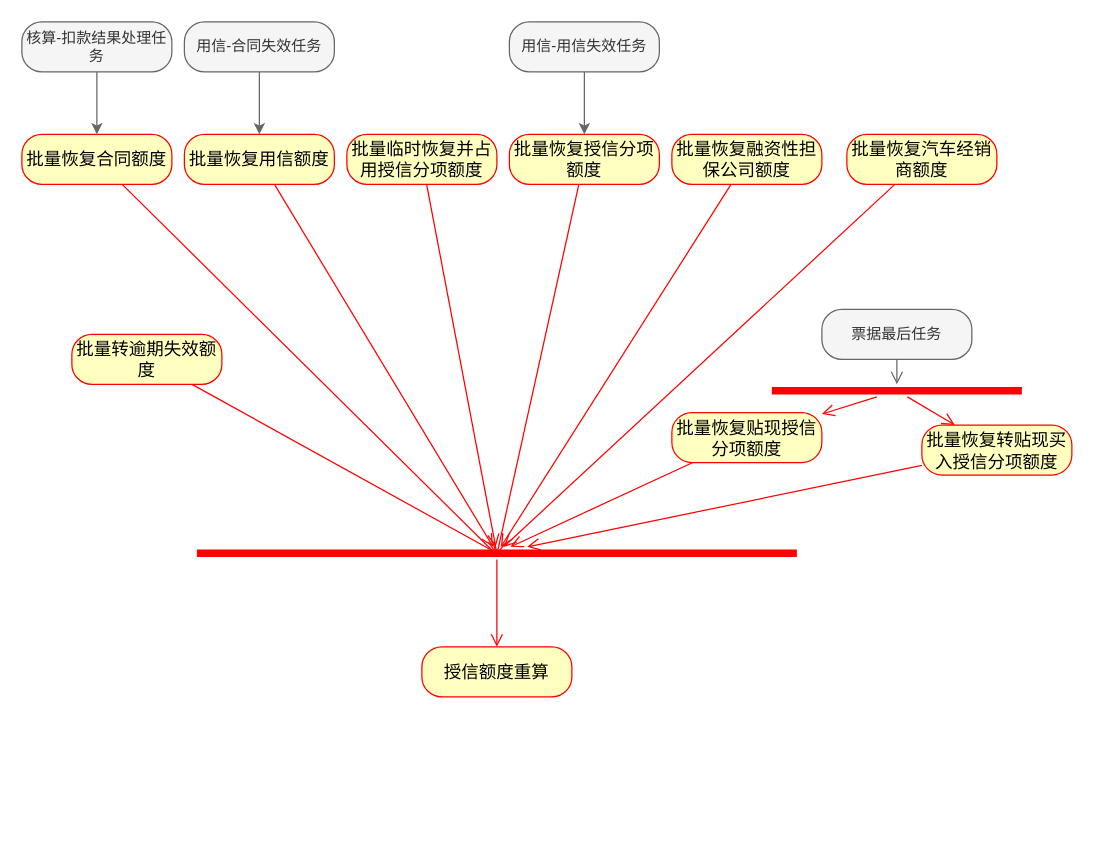
MinDaHu/UML keeps this draw.io diagram as page "任务编排" (5 of 5) of Untitled Diagram.drawio. Above is the earlier version. Source tidied: cells renumbered, new cells numbered last; positions are measured from the earlier drawing's top-left corner, leaving out a move shared by most shapes. Both pictures are drawn from the tidied source at 125%, with x=0, y=0 at pixel (21, 21).
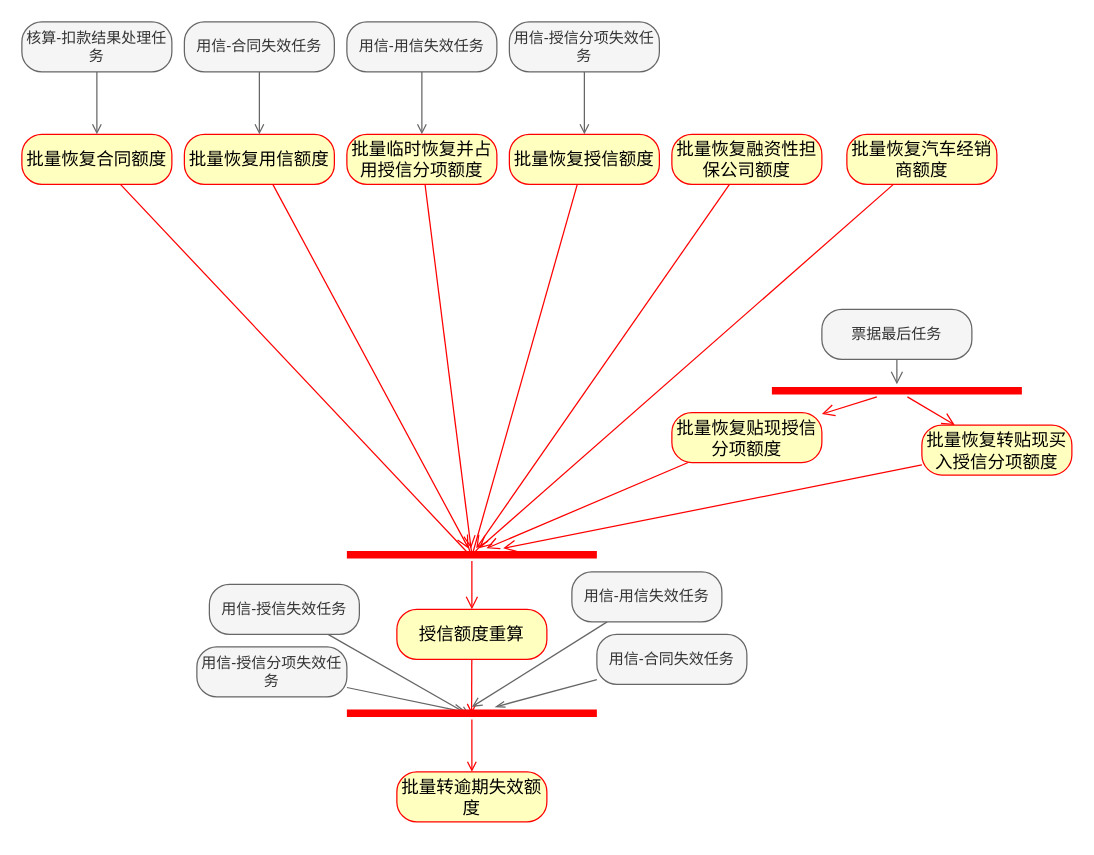
The same diagram, later.

The change refers to these unchanged cells:
```xml
<mxCell id="2" value="&lt;p class=&quot;MsoNormal&quot;&gt;&lt;span style=&quot;font-size: 10.5000pt&quot;&gt;批量恢复合同额度&lt;/span&gt;&lt;/p&gt;" style="rounded=1;whiteSpace=wrap;html=1;arcSize=40;fontColor=#000000;fillColor=#ffffc0;strokeColor=#ff0000;" parent="1" vertex="1">
  <mxGeometry y="90" width="120" height="40" as="geometry" />
</mxCell>
<mxCell id="5" value="&lt;p class=&quot;MsoNormal&quot;&gt;&lt;span style=&quot;font-size: 14px&quot;&gt;批量恢复用信额度&lt;/span&gt;&lt;br&gt;&lt;/p&gt;" style="rounded=1;whiteSpace=wrap;html=1;arcSize=40;fontColor=#000000;fillColor=#ffffc0;strokeColor=#ff0000;" parent="1" vertex="1">
  <mxGeometry x="130" y="90" width="120" height="40" as="geometry" />
</mxCell>
<mxCell id="7" value="&lt;p class=&quot;MsoNormal&quot;&gt;&lt;span style=&quot;font-size: 14px&quot;&gt;批量临时恢复并占用授信分项额度&lt;/span&gt;&lt;br&gt;&lt;/p&gt;" style="rounded=1;whiteSpace=wrap;html=1;arcSize=40;fontColor=#000000;fillColor=#ffffc0;strokeColor=#ff0000;" parent="1" vertex="1">
  <mxGeometry x="260" y="90" width="120" height="40" as="geometry" />
</mxCell>
<mxCell id="29" value="核算-扣款结果处理任务" style="rounded=1;whiteSpace=wrap;html=1;arcSize=40;fontColor=#333333;fillColor=#f5f5f5;strokeColor=#666666;" parent="1" vertex="1">
  <mxGeometry width="120" height="40" as="geometry" />
</mxCell>
```

Diff of the diagram source:
```diff
@@
-    <mxCell id="9" value="&lt;p class=&quot;MsoNormal&quot;&gt;&lt;span style=&quot;font-size: 14px&quot;&gt;批量恢复授信分项额度&lt;/span&gt;&lt;br&gt;&lt;/p&gt;" style="rounded=1;whiteSpace=wrap;html=1;arcSize=40;fontColor=#000000;fillColor=#ffffc0;strokeColor=#ff0000;" parent="1" vertex="1">
+    <mxCell id="9" value="&lt;p class=&quot;MsoNormal&quot;&gt;&lt;span style=&quot;font-size: 14px&quot;&gt;批量恢复授信额度&lt;/span&gt;&lt;br&gt;&lt;/p&gt;" style="rounded=1;whiteSpace=wrap;html=1;arcSize=40;fontColor=#000000;fillColor=#ffffc0;strokeColor=#ff0000;" parent="1" vertex="1">
       <mxGeometry x="390" y="90" width="120" height="40" as="geometry" />
     </mxCell>
@@
-    <mxCell id="16" style="edgeStyle=none;jettySize=auto;html=1;entryX=0.5;entryY=0.501;entryDx=0;entryDy=0;entryPerimeter=0;endArrow=open;endSize=8;strokeColor=#ff0000;" parent="1" edge="1" source="17" target="21">
-      <mxGeometry relative="1" as="geometry" />
-    </mxCell>
     <mxCell id="17" value="&lt;p class=&quot;MsoNormal&quot;&gt;&lt;span style=&quot;font-size: 14px&quot;&gt;批量转逾期失效额度&lt;/span&gt;&lt;br&gt;&lt;/p&gt;" style="rounded=1;whiteSpace=wrap;html=1;arcSize=40;fontColor=#000000;fillColor=#ffffc0;strokeColor=#ff0000;" parent="1" vertex="1">
-      <mxGeometry x="40" y="250" width="120" height="40" as="geometry" />
+      <mxGeometry x="300" y="600" width="120" height="40" as="geometry" />
     </mxCell>
@@
+    <mxCell id="34" style="edgeStyle=none;jettySize=auto;html=1;endArrow=open;endFill=0;strokeColor=#ff0000;entryX=0.499;entryY=0.564;entryDx=0;entryDy=0;entryPerimeter=0;" parent="1" edge="1" source="20" target="40">
+      <mxGeometry relative="1" as="geometry" />
+    </mxCell>
     <mxCell id="20" value="&lt;p class=&quot;MsoNormal&quot;&gt;&lt;span style=&quot;font-size: 14px&quot;&gt;授信额度重算&lt;/span&gt;&lt;br&gt;&lt;/p&gt;" style="rounded=1;whiteSpace=wrap;html=1;arcSize=40;fontColor=#000000;fillColor=#ffffc0;strokeColor=#ff0000;" parent="1" vertex="1">
-      <mxGeometry x="320" y="500" width="120" height="40" as="geometry" />
+      <mxGeometry x="300" y="470" width="120" height="40" as="geometry" />
     </mxCell>
     <mxCell id="21" style="shape=line;html=1;strokeWidth=6;strokeColor=#ff0000;rounded=1;fillColor=#ffffc0;" parent="1" vertex="1">
-      <mxGeometry x="140" y="420" width="480" height="10" as="geometry" />
+      <mxGeometry x="260" y="421.2" width="200" height="10" as="geometry" />
     </mxCell>
-    <mxCell id="22" style="edgeStyle=orthogonalEdgeStyle;html=1;verticalAlign=bottom;endArrow=open;endSize=8;strokeColor=#ff0000;entryX=0.5;entryY=0;entryDx=0;entryDy=0;" parent="1" edge="1" source="21" target="20">
+    <mxCell id="22" style="html=1;verticalAlign=bottom;endArrow=open;endSize=8;strokeColor=#ff0000;entryX=0.5;entryY=0;entryDx=0;entryDy=0;" parent="1" edge="1" source="21" target="20">
       <mxGeometry relative="1" as="geometry" />
     </mxCell>
@@
-    <mxCell id="28" style="edgeStyle=orthogonalEdgeStyle;rounded=0;jettySize=auto;html=1;entryX=0.5;entryY=0;entryDx=0;entryDy=0;fillColor=#f5f5f5;strokeColor=#666666;" parent="1" edge="1" source="29" target="2">
+    <mxCell id="28" style="edgeStyle=orthogonalEdgeStyle;rounded=0;jettySize=auto;html=1;entryX=0.5;entryY=0;entryDx=0;entryDy=0;fillColor=#f5f5f5;strokeColor=#666666;endArrow=open;endFill=0;" parent="1" edge="1" source="29" target="2">
       <mxGeometry relative="1" as="geometry" />
     </mxCell>
@@
-    <mxCell id="30" style="edgeStyle=orthogonalEdgeStyle;rounded=0;jettySize=auto;html=1;entryX=0.5;entryY=0;entryDx=0;entryDy=0;fillColor=#f5f5f5;strokeColor=#666666;" parent="1" edge="1" source="31" target="5">
+    <mxCell id="30" style="rounded=0;jettySize=auto;html=1;fillColor=#f5f5f5;strokeColor=#666666;endArrow=openThin;endFill=0;" parent="1" edge="1" source="31" target="40">
       <mxGeometry relative="1" as="geometry" />
     </mxCell>
     <mxCell id="31" value="用信-合同失效任务" style="rounded=1;whiteSpace=wrap;html=1;arcSize=40;fontColor=#333333;fillColor=#f5f5f5;strokeColor=#666666;" parent="1" vertex="1">
-      <mxGeometry x="130" width="120" height="40" as="geometry" />
+      <mxGeometry x="460" y="490" width="120" height="40" as="geometry" />
     </mxCell>
-    <mxCell id="32" style="edgeStyle=orthogonalEdgeStyle;rounded=0;jettySize=auto;html=1;entryX=0.5;entryY=0;entryDx=0;entryDy=0;fillColor=#f5f5f5;strokeColor=#666666;" parent="1" edge="1" source="33" target="9">
-      <mxGeometry relative="1" as="geometry" />
+    <mxCell id="32" style="rounded=0;jettySize=auto;html=1;fillColor=#f5f5f5;strokeColor=#666666;endArrow=open;endFill=0;" parent="1" edge="1" source="33">
+      <mxGeometry relative="1" as="geometry">
+        <mxPoint x="360" y="548" as="targetPoint" />
+      </mxGeometry>
     </mxCell>
     <mxCell id="33" value="用信-用信失效任务" style="rounded=1;whiteSpace=wrap;html=1;arcSize=40;fontColor=#333333;fillColor=#f5f5f5;strokeColor=#666666;" parent="1" vertex="1">
-      <mxGeometry x="390" width="120" height="40" as="geometry" />
+      <mxGeometry x="440" y="440" width="120" height="40" as="geometry" />
     </mxCell>
+    <mxCell id="35" style="edgeStyle=none;jettySize=auto;html=1;entryX=0.48;entryY=0.439;entryDx=0;entryDy=0;entryPerimeter=0;endArrow=open;endSize=8;strokeColor=#666666;gradientColor=#b3b3b3;fillColor=#f5f5f5;" parent="1" edge="1" source="36" target="40">
+      <mxGeometry relative="1" as="geometry" />
+    </mxCell>
+    <mxCell id="36" value="用信-授信分项失效任务" style="rounded=1;whiteSpace=wrap;html=1;arcSize=40;fontColor=#333333;fillColor=#f5f5f5;strokeColor=#666666;" parent="1" vertex="1">
+      <mxGeometry x="140" y="500" width="120" height="40" as="geometry" />
+    </mxCell>
+    <mxCell id="37" style="edgeStyle=none;jettySize=auto;html=1;entryX=0.493;entryY=0.689;entryDx=0;entryDy=0;endArrow=open;strokeColor=#666666;gradientColor=#b3b3b3;fillColor=#f5f5f5;entryPerimeter=0;" parent="1" edge="1" source="38" target="40">
+      <mxGeometry relative="1" as="geometry" />
+    </mxCell>
+    <mxCell id="38" value="用信-授信失效任务" style="rounded=1;whiteSpace=wrap;html=1;arcSize=40;fontColor=#333333;fillColor=#f5f5f5;strokeColor=#666666;" parent="1" vertex="1">
+      <mxGeometry x="150" y="450" width="120" height="40" as="geometry" />
+    </mxCell>
+    <mxCell id="39" style="edgeStyle=none;jettySize=auto;html=1;entryX=0.5;entryY=0;entryDx=0;entryDy=0;endArrow=open;endFill=0;strokeColor=#ff0000;" parent="1" edge="1" source="40" target="17">
+      <mxGeometry relative="1" as="geometry" />
+    </mxCell>
+    <mxCell id="40" style="shape=line;html=1;strokeWidth=6;strokeColor=#ff0000;rounded=1;fillColor=#ffffc0;" parent="1" vertex="1">
+      <mxGeometry x="260" y="548.1" width="200" height="10" as="geometry" />
+    </mxCell>
+    <mxCell id="41" style="edgeStyle=none;jettySize=auto;html=1;entryX=0.5;entryY=0;entryDx=0;entryDy=0;endArrow=open;endFill=0;strokeColor=#666666;gradientColor=#b3b3b3;fillColor=#f5f5f5;" parent="1" edge="1" source="42" target="5">
+      <mxGeometry relative="1" as="geometry" />
+    </mxCell>
+    <mxCell id="42" value="用信-合同失效任务" style="rounded=1;whiteSpace=wrap;html=1;arcSize=40;fontColor=#333333;fillColor=#f5f5f5;strokeColor=#666666;" parent="1" vertex="1">
+      <mxGeometry x="130" width="120" height="40" as="geometry" />
+    </mxCell>
+    <mxCell id="43" style="edgeStyle=none;jettySize=auto;html=1;entryX=0.5;entryY=0;entryDx=0;entryDy=0;endArrow=open;endFill=0;strokeColor=#666666;gradientColor=#b3b3b3;fillColor=#f5f5f5;" parent="1" edge="1" source="44" target="9">
+      <mxGeometry relative="1" as="geometry" />
+    </mxCell>
+    <mxCell id="44" value="用信-授信分项失效任务" style="rounded=1;whiteSpace=wrap;html=1;arcSize=40;fontColor=#333333;fillColor=#f5f5f5;strokeColor=#666666;" parent="1" vertex="1">
+      <mxGeometry x="390" width="120" height="40" as="geometry" />
+    </mxCell>
+    <mxCell id="45" style="edgeStyle=none;jettySize=auto;html=1;entryX=0.5;entryY=0;entryDx=0;entryDy=0;endArrow=open;endFill=0;strokeColor=#666666;gradientColor=#b3b3b3;fillColor=#f5f5f5;" parent="1" edge="1" source="46" target="7">
+      <mxGeometry relative="1" as="geometry" />
+    </mxCell>
+    <mxCell id="46" value="用信-用信失效任务" style="rounded=1;whiteSpace=wrap;html=1;arcSize=40;fontColor=#333333;fillColor=#f5f5f5;strokeColor=#666666;" parent="1" vertex="1">
+      <mxGeometry x="260" width="120" height="40" as="geometry" />
+    </mxCell>
```
